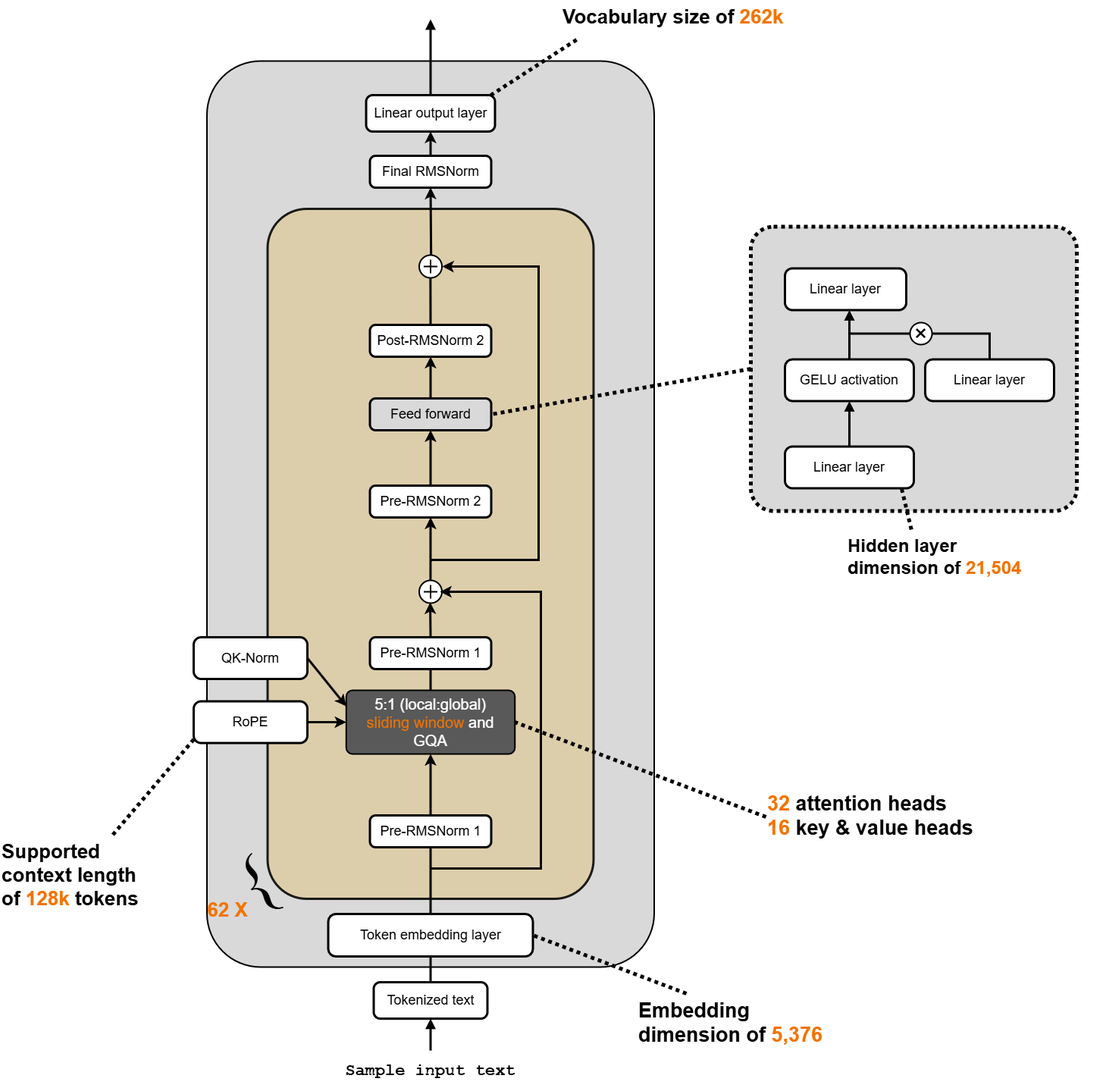
Before: Models/Gemma/Gemma-3-(27B).drawio.png, a diagram exported from draw.io (EarthWind/deeparch). Source tidied: cells renumbered, new cells last; positions are measured from the earlier drawing's top-left corner, leaving out a move shared by most shapes.
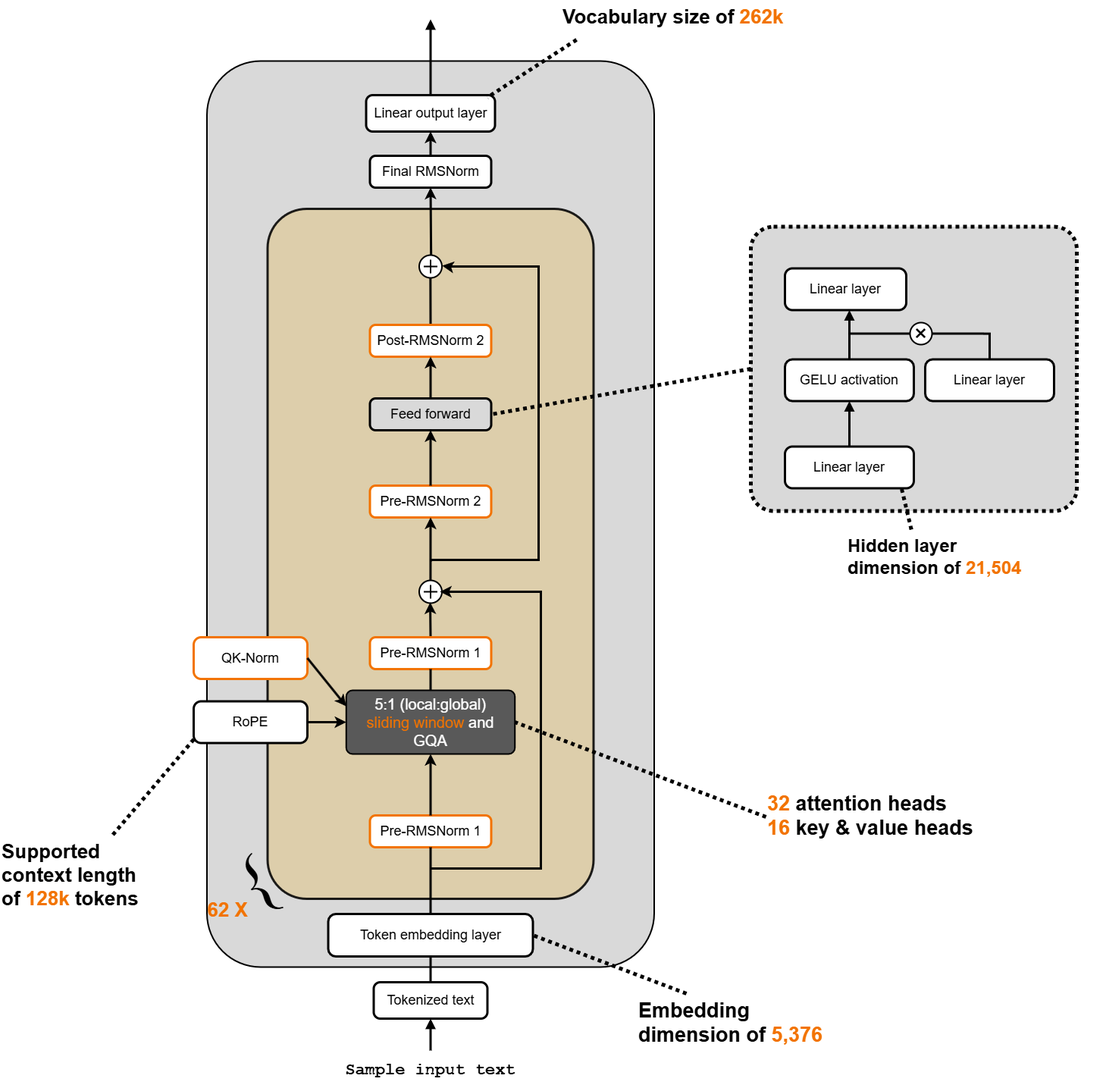
The same file after the commit.

The edit, as a diff of the source:
```diff
@@ -30,7 +30,7 @@
     <mxCell id="9" value="Feed forward" style="rounded=1;whiteSpace=wrap;html=1;arcSize=18;strokeColor=#000000;strokeWidth=3;fillColor=#d9d9d9;fontFamily=Arial;fontSize=18;fontColor=#000000;align=center;verticalAlign=middle;" parent="1" vertex="1">
       <mxGeometry x="487.5" y="525" width="160" height="42" as="geometry" />
     </mxCell>
-    <mxCell id="10" value="Pre-RMSNorm 2" style="rounded=1;whiteSpace=wrap;html=1;arcSize=18;strokeColor=#000000;strokeWidth=3;fillColor=#ffffff;fontFamily=Arial;fontSize=18;fontColor=#000000;align=center;verticalAlign=middle;" parent="1" vertex="1">
+    <mxCell id="10" value="Pre-RMSNorm 2" style="rounded=1;whiteSpace=wrap;html=1;arcSize=18;strokeColor=light-dark(#F27300,#EDEDED);strokeWidth=3;fillColor=#ffffff;fontFamily=Arial;fontSize=18;fontColor=#000000;align=center;verticalAlign=middle;" parent="1" vertex="1">
       <mxGeometry x="487.5" y="640" width="160" height="42" as="geometry" />
     </mxCell>
     <mxCell id="11" value="5:1 (local:global)&lt;div&gt;&lt;font style=&quot;color: light-dark(rgb(242, 115, 0), rgb(62, 62, 62));&quot;&gt;sliding window&lt;/font&gt; and&lt;/div&gt;&lt;div&gt;GQA&lt;/div&gt;" style="rounded=1;whiteSpace=wrap;html=1;arcSize=10;strokeColor=#000000;strokeWidth=2;fillColor=#595959;fontFamily=Arial;fontSize=20;fontColor=#ffffff;align=center;verticalAlign=middle;spacing=4;" parent="1" vertex="1">
@@ -108,7 +108,7 @@
     <mxCell id="33" style="html=1;verticalLabelPosition=bottom;align=center;labelBackgroundColor=#ffffff;verticalAlign=top;strokeWidth=2;strokeColor=#000000;shadow=0;dashed=0;shape=mxgraph.ios7.icons.add;" parent="1" vertex="1">
       <mxGeometry x="552.5" y="336" width="30" height="30" as="geometry" />
     </mxCell>
-    <mxCell id="34" value="Pre-RMSNorm 1" style="rounded=1;whiteSpace=wrap;html=1;arcSize=18;strokeColor=#000000;strokeWidth=3;fillColor=#ffffff;fontFamily=Arial;fontSize=18;fontColor=#000000;align=center;verticalAlign=middle;" parent="1" vertex="1">
+    <mxCell id="34" value="Pre-RMSNorm 1" style="rounded=1;whiteSpace=wrap;html=1;arcSize=18;strokeColor=light-dark(#F27300,#EDEDED);strokeWidth=3;fillColor=#ffffff;fontFamily=Arial;fontSize=18;fontColor=#000000;align=center;verticalAlign=middle;" parent="1" vertex="1">
       <mxGeometry x="487.5" y="1075" width="160" height="42" as="geometry" />
     </mxCell>
     <mxCell id="35" style="endArrow=none;html=1;rounded=0;strokeWidth=3;strokeColor=#000000;entryX=0.5;entryY=1;entryDx=0;entryDy=0;" parent="1" edge="1" target="34">
@@ -177,7 +177,7 @@
         </Array>
       </mxGeometry>
     </mxCell>
-    <mxCell id="50" value="QK-Norm" style="rounded=1;whiteSpace=wrap;html=1;arcSize=18;strokeColor=#000000;strokeWidth=3;fillColor=#ffffff;fontFamily=Arial;fontSize=18;fontColor=#000000;align=center;verticalAlign=middle;" parent="1" vertex="1">
+    <mxCell id="50" value="QK-Norm" style="rounded=1;whiteSpace=wrap;html=1;arcSize=18;strokeColor=light-dark(#F27300,#EDEDED);strokeWidth=3;fillColor=#ffffff;fontFamily=Arial;fontSize=18;fontColor=#000000;align=center;verticalAlign=middle;" parent="1" vertex="1">
       <mxGeometry x="255" y="840" width="150" height="55" as="geometry" />
     </mxCell>
     <mxCell id="51" style="endArrow=classic;html=1;rounded=0;strokeWidth=3;strokeColor=#000000;entryX=0;entryY=0.25;entryDx=0;entryDy=0;exitX=1;exitY=0.5;exitDx=0;exitDy=0;endFill=1;" parent="1" edge="1" source="50" target="11">
@@ -186,13 +186,13 @@
     <mxCell id="52" style="endArrow=none;html=1;rounded=0;strokeWidth=5;strokeColor=#000000;dashed=1;dashPattern=1 1;exitX=0;exitY=0.5;exitDx=0;exitDy=0;entryX=1;entryY=0.5;entryDx=0;entryDy=0;" parent="1" edge="1" source="24" target="9">
       <mxGeometry relative="1" as="geometry" />
     </mxCell>
-    <mxCell id="53" value="Pre-RMSNorm 1" style="rounded=1;whiteSpace=wrap;html=1;arcSize=18;strokeColor=#000000;strokeWidth=3;fillColor=#ffffff;fontFamily=Arial;fontSize=18;fontColor=#000000;align=center;verticalAlign=middle;" parent="1" vertex="1">
+    <mxCell id="53" value="Pre-RMSNorm 1" style="rounded=1;whiteSpace=wrap;html=1;arcSize=18;strokeColor=light-dark(#F27300,#EDEDED);strokeWidth=3;fillColor=#ffffff;fontFamily=Arial;fontSize=18;fontColor=#000000;align=center;verticalAlign=middle;" parent="1" vertex="1">
       <mxGeometry x="487.5" y="840" width="160" height="42" as="geometry" />
     </mxCell>
     <mxCell id="54" style="endArrow=none;html=1;rounded=0;strokeWidth=3;strokeColor=#000000;entryX=0.5;entryY=1;entryDx=0;entryDy=0;exitX=0.5;exitY=0;exitDx=0;exitDy=0;" parent="1" edge="1" source="11" target="53">
       <mxGeometry relative="1" as="geometry" />
     </mxCell>
-    <mxCell id="55" value="Post-RMSNorm 2" style="rounded=1;whiteSpace=wrap;html=1;arcSize=18;strokeColor=#000000;strokeWidth=3;fillColor=#ffffff;fontFamily=Arial;fontSize=18;fontColor=#000000;align=center;verticalAlign=middle;" parent="1" vertex="1">
+    <mxCell id="55" value="Post-RMSNorm 2" style="rounded=1;whiteSpace=wrap;html=1;arcSize=18;strokeColor=light-dark(#F27300,#EDEDED);strokeWidth=3;fillColor=#ffffff;fontFamily=Arial;fontSize=18;fontColor=#000000;align=center;verticalAlign=middle;" parent="1" vertex="1">
       <mxGeometry x="487.5" y="428" width="160" height="42" as="geometry" />
     </mxCell>
     <mxCell id="56" style="endArrow=classic;html=1;rounded=0;strokeWidth=3;strokeColor=#000000;entryX=0.5;entryY=1;entryDx=0;entryDy=0;exitX=0.5;exitY=0;exitDx=0;exitDy=0;endFill=1;" parent="1" edge="1" source="9" target="55">
```
